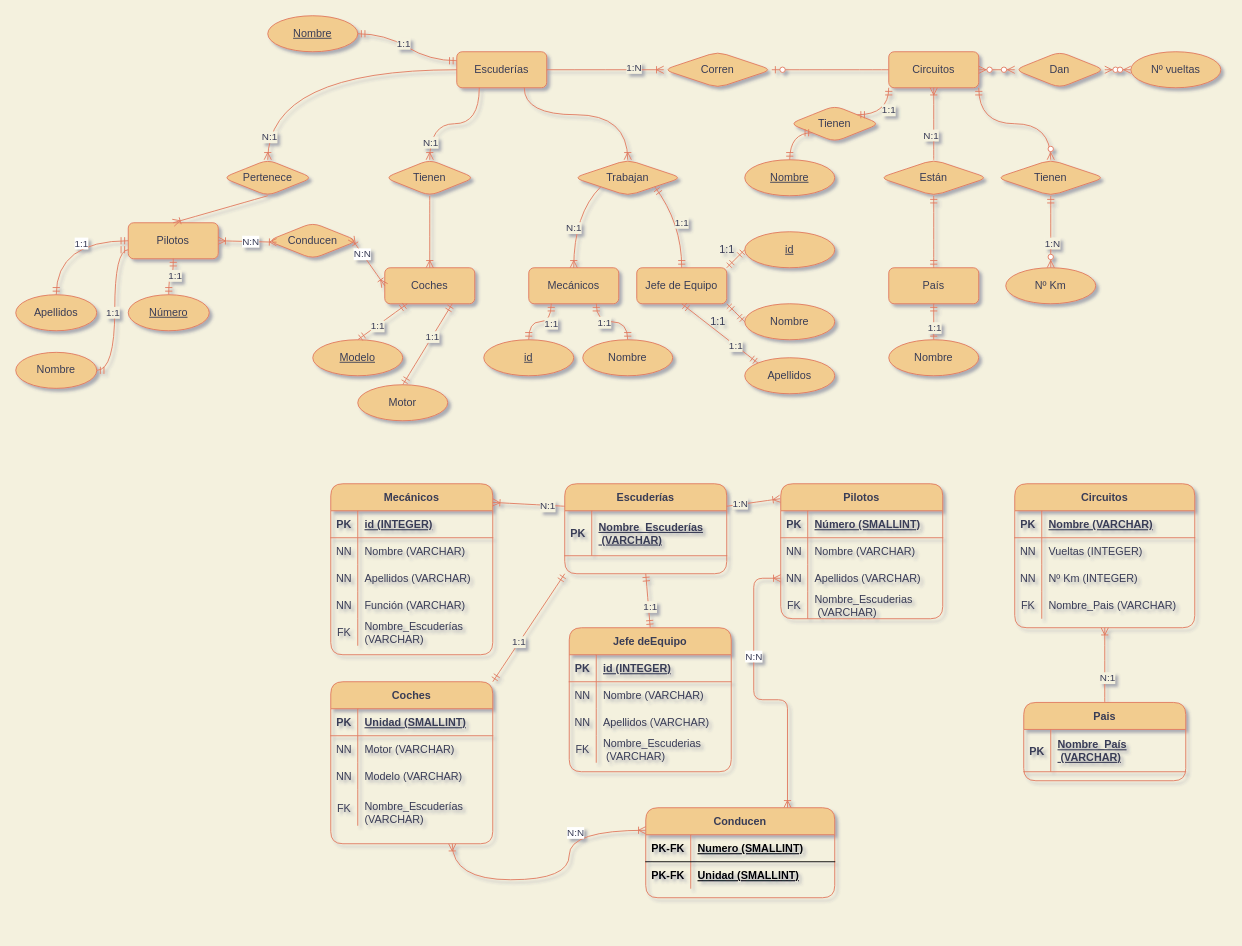
The draw.io diagram F1.drawio in CurtoBrull/fundamentos_bd, before the edit. Source tidied: cells renumbered, new cells numbered last; positions are measured from the earlier drawing's top-left corner, leaving out a move shared by most shapes. Both pictures are drawn from the tidied source at 90%, with x=0, y=0 at pixel (15, 15).
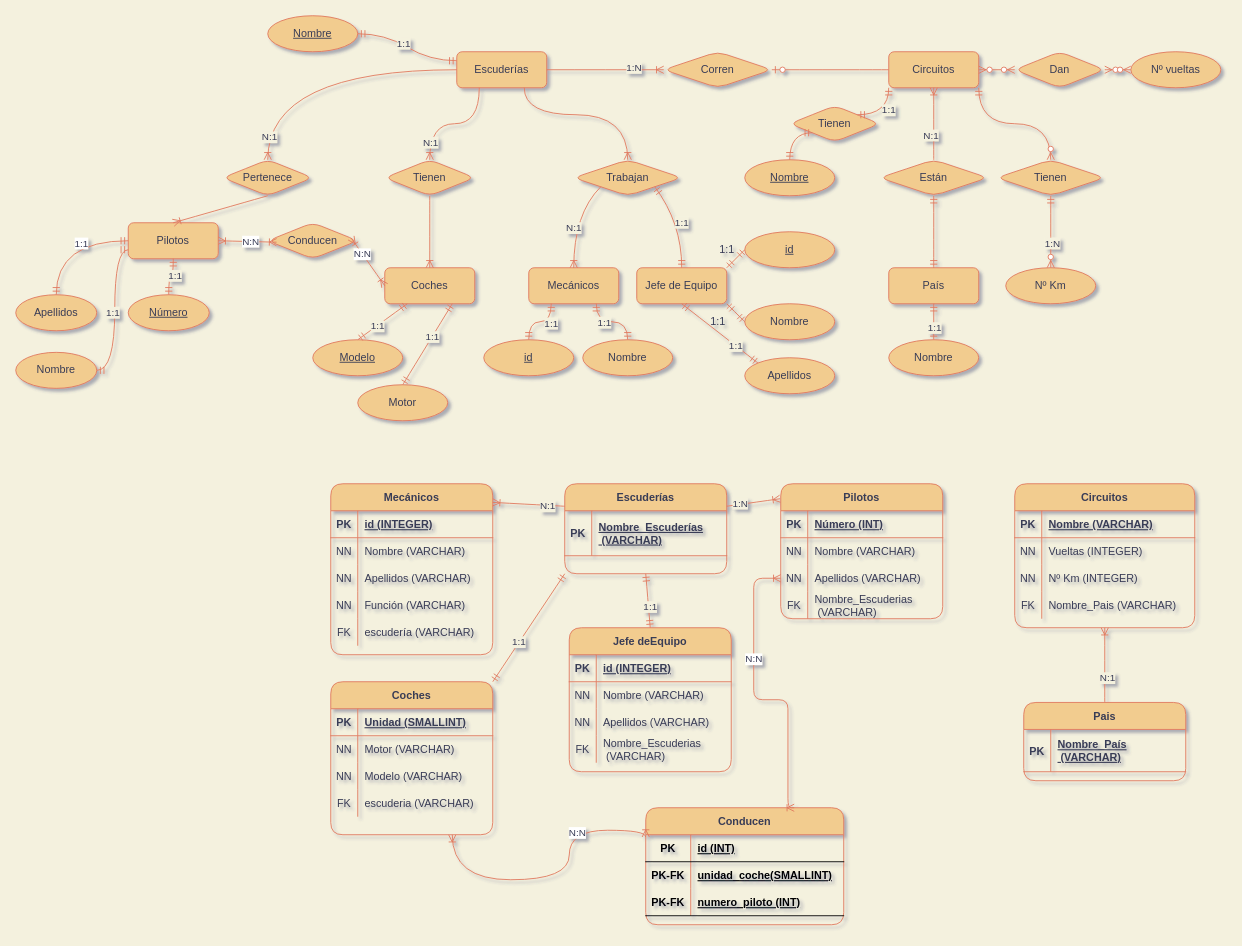
Above is the later version.

Commit message (it also covers changes not shown here):
Tabla Gráfica SQL

The change refers to these unchanged cells:
```xml
<mxCell id="81" style="shape=partialRectangle;fillColor=none;top=0;left=0;bottom=1;right=0;strokeColor=#E07A5F;fontColor=#393C56;rounded=1;" parent="80" vertex="1">
  <mxGeometry y="30" width="180" height="30" as="geometry" />
</mxCell>
<mxCell id="108" style="shape=partialRectangle;fillColor=none;top=0;left=0;bottom=0;right=0;strokeColor=#E07A5F;fontColor=#393C56;rounded=1;" parent="95" vertex="1">
  <mxGeometry y="150" width="180" height="30" as="geometry" />
</mxCell>
```

What changed in the source:
```diff
@@
-    <mxCell id="83" value="Número (SMALLINT)" style="shape=partialRectangle;fillColor=none;top=0;left=0;bottom=0;right=0;align=left;spacingLeft=6;fontStyle=5;overflow=hidden;strokeColor=#E07A5F;fontColor=#393C56;rounded=1;" parent="81" vertex="1">
+    <mxCell id="83" value="Número (INT)" style="shape=partialRectangle;fillColor=none;top=0;left=0;bottom=0;right=0;align=left;spacingLeft=6;fontStyle=5;overflow=hidden;strokeColor=#E07A5F;fontColor=#393C56;rounded=1;" parent="81" vertex="1">
       <mxGeometry x="30" width="150" height="30" as="geometry" />
     </mxCell>
@@
-    <mxCell id="110" value="Nombre_Escuderías&#10;(VARCHAR)" style="shape=partialRectangle;fillColor=none;top=0;left=0;bottom=0;right=0;align=left;spacingLeft=6;overflow=hidden;strokeColor=#E07A5F;fontColor=#393C56;rounded=1;" parent="108" vertex="1">
+    <mxCell id="110" value="escudería (VARCHAR)" style="shape=partialRectangle;fillColor=none;top=0;left=0;bottom=0;right=0;align=left;spacingLeft=6;overflow=hidden;strokeColor=#E07A5F;fontColor=#393C56;rounded=1;" parent="108" vertex="1">
       <mxGeometry x="30" width="150" height="30" as="geometry" />
     </mxCell>
@@
-    <mxCell id="148" value="Nombre_Escuderías&#10;(VARCHAR)" style="shape=partialRectangle;fillColor=none;top=0;left=0;bottom=0;right=0;align=left;spacingLeft=6;overflow=hidden;strokeColor=#E07A5F;fontColor=#393C56;rounded=1;" parent="1" vertex="1">
-      <mxGeometry x="380" y="870" width="150" height="30" as="geometry" />
-    </mxCell>
@@
     <mxCell id="160" value="Conducen" style="shape=table;startSize=30;childLayout=tableLayout;rowLines=0;fontStyle=1;align=center;rounded=1;strokeColor=#E07A5F;fillColor=#F2CC8F;fontColor=#393C56;" parent="1" vertex="1">
-      <mxGeometry x="700" y="880" width="210" height="100" as="geometry" />
+      <mxGeometry x="700" y="880" width="220" height="130" as="geometry" />
     </mxCell>
     <mxCell id="161" style="shape=partialRectangle;fillColor=none;top=0;left=0;bottom=1;right=0;" parent="160" vertex="1">
-      <mxGeometry y="30" width="210" height="30" as="geometry" />
+      <mxGeometry y="30" width="220" height="30" as="geometry" />
     </mxCell>
-    <mxCell id="162" value="PK-FK" style="shape=partialRectangle;fillColor=none;top=0;left=0;bottom=0;right=0;fontStyle=1;overflow=hidden;" parent="161" vertex="1">
+    <mxCell id="162" value="PK" style="shape=partialRectangle;fillColor=none;top=0;left=0;bottom=0;right=0;fontStyle=1;overflow=hidden;" parent="161" vertex="1">
       <mxGeometry width="50" height="30" as="geometry" />
     </mxCell>
-    <mxCell id="163" value="Numero (SMALLINT)" style="shape=partialRectangle;fillColor=none;top=0;left=0;bottom=0;right=0;align=left;spacingLeft=6;fontStyle=5;overflow=hidden;" parent="161" vertex="1">
-      <mxGeometry x="50" width="160" height="30" as="geometry" />
+    <mxCell id="163" value="id (INT)" style="shape=partialRectangle;fillColor=none;top=0;left=0;bottom=0;right=0;align=left;spacingLeft=6;fontStyle=5;overflow=hidden;" parent="161" vertex="1">
+      <mxGeometry x="50" width="170" height="30" as="geometry" />
     </mxCell>
     <mxCell id="164" style="shape=partialRectangle;fillColor=none;top=0;left=0;bottom=0;right=0;" parent="160" vertex="1">
-      <mxGeometry y="60" width="210" height="30" as="geometry" />
+      <mxGeometry y="60" width="220" height="30" as="geometry" />
     </mxCell>
@@
-    <mxCell id="166" value="Unidad (SMALLINT)" style="shape=partialRectangle;fillColor=none;top=0;left=0;bottom=0;right=0;align=left;spacingLeft=6;overflow=hidden;fontStyle=5;" parent="164" vertex="1">
-      <mxGeometry x="50" width="160" height="30" as="geometry" />
+    <mxCell id="166" value="unidad_coche(SMALLINT)" style="shape=partialRectangle;fillColor=none;top=0;left=0;bottom=0;right=0;align=left;spacingLeft=6;overflow=hidden;fontStyle=5;" parent="164" vertex="1">
+      <mxGeometry x="50" width="170" height="30" as="geometry" />
     </mxCell>
+    <mxCell id="184" style="shape=partialRectangle;fillColor=none;top=0;left=0;bottom=1;right=0;" parent="160" vertex="1">
+      <mxGeometry y="90" width="220" height="30" as="geometry" />
+    </mxCell>
+    <mxCell id="185" value="PK-FK" style="shape=partialRectangle;fillColor=none;top=0;left=0;bottom=0;right=0;fontStyle=1;overflow=hidden;" parent="184" vertex="1">
+      <mxGeometry width="50" height="30" as="geometry" />
+    </mxCell>
+    <mxCell id="186" value="numero_piloto (INT)" style="shape=partialRectangle;fillColor=none;top=0;left=0;bottom=0;right=0;align=left;spacingLeft=6;fontStyle=5;overflow=hidden;" parent="184" vertex="1">
+      <mxGeometry x="50" width="170" height="30" as="geometry" />
+    </mxCell>
@@
     <mxCell id="171" value="Coches" style="shape=table;startSize=30;childLayout=tableLayout;rowLines=0;fontStyle=1;align=center;strokeColor=#E07A5F;fillColor=#F2CC8F;fontColor=#393C56;rounded=1;" parent="1" vertex="1">
-      <mxGeometry x="350" y="740" width="180" height="180" as="geometry" />
+      <mxGeometry x="350" y="740" width="180" height="170" as="geometry" />
     </mxCell>
@@
-    <mxCell id="181" style="shape=partialRectangle;fillColor=none;top=0;left=0;bottom=0;right=0;strokeColor=#E07A5F;fontColor=#393C56;rounded=1;" parent="171" vertex="1">
-      <mxGeometry y="120" width="180" height="40" as="geometry" />
-    </mxCell>
+    <mxCell id="187" style="shape=partialRectangle;fillColor=none;top=0;left=0;bottom=0;right=0;strokeColor=#E07A5F;fontColor=#393C56;rounded=1;" parent="171" vertex="1">
+      <mxGeometry y="120" width="180" height="30" as="geometry" />
+    </mxCell>
-    <mxCell id="182" value="FK" style="shape=partialRectangle;fillColor=none;top=0;left=0;bottom=0;right=0;overflow=hidden;strokeColor=#E07A5F;fontColor=#393C56;rounded=1;" parent="181" vertex="1">
-      <mxGeometry width="30" height="40" as="geometry" />
+    <mxCell id="182" value="FK" style="shape=partialRectangle;fillColor=none;top=0;left=0;bottom=0;right=0;overflow=hidden;strokeColor=#E07A5F;fontColor=#393C56;rounded=1;" parent="187" vertex="1">
+      <mxGeometry width="30" height="30" as="geometry" />
     </mxCell>
-    <mxCell id="183" style="shape=partialRectangle;fillColor=none;top=0;left=0;bottom=0;right=0;align=left;spacingLeft=6;overflow=hidden;strokeColor=#E07A5F;fontColor=#393C56;rounded=1;" parent="181" vertex="1">
-      <mxGeometry x="30" width="150" height="40" as="geometry" />
-    </mxCell>
+    <mxCell id="188" value="escuderia (VARCHAR)" style="shape=partialRectangle;fillColor=none;top=0;left=0;bottom=0;right=0;align=left;spacingLeft=6;overflow=hidden;strokeColor=#E07A5F;fontColor=#393C56;rounded=1;" parent="187" vertex="1">
+      <mxGeometry x="30" width="150" height="30" as="geometry" />
+    </mxCell>
```
